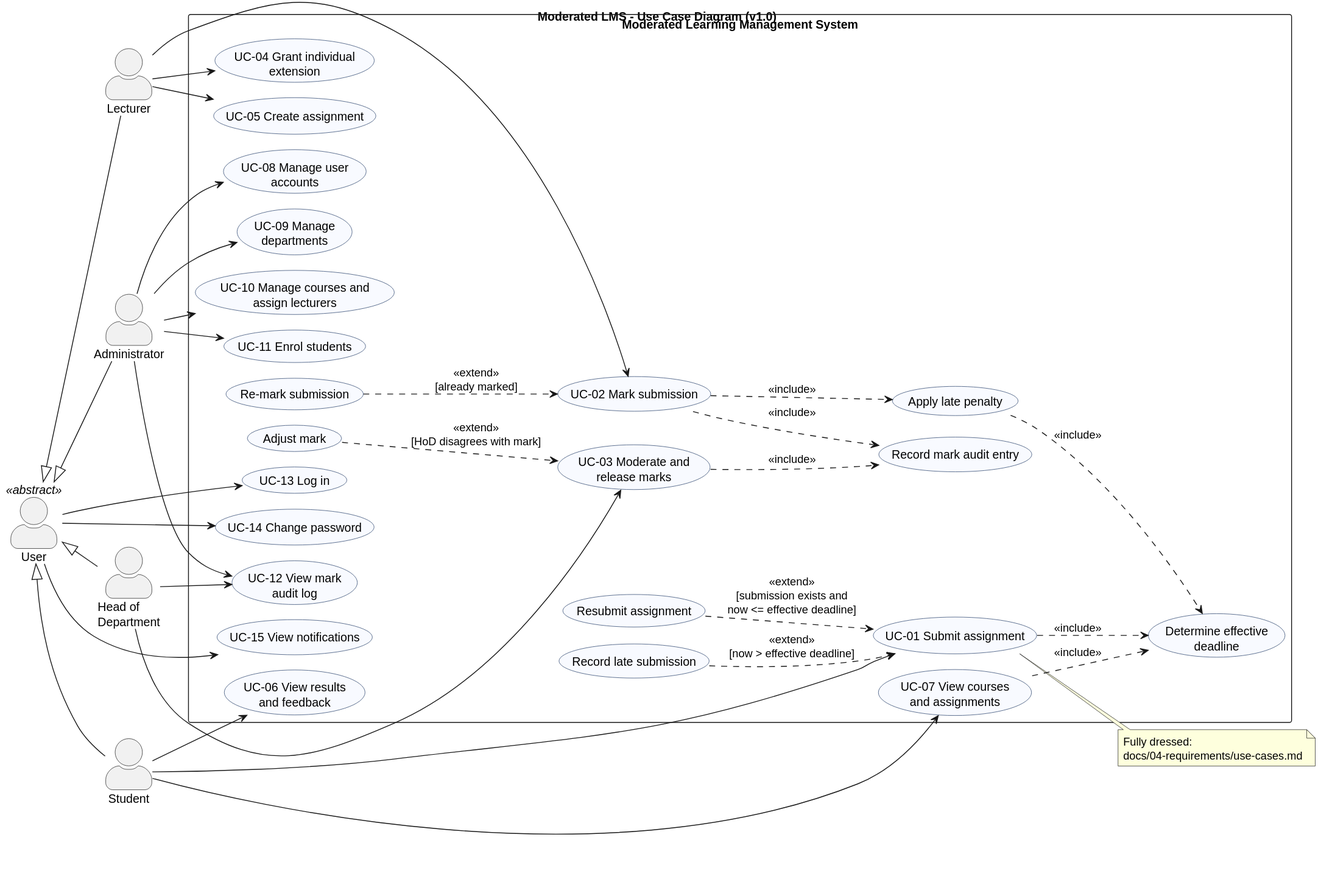
Earlier version of the PlantUML export docs/diagrams/rendered/use-case.svg (victormonyekem02-sudo/Edu-Management-System). Source of this version:
```plantuml
@startuml
!pragma layout smetana
title Moderated LMS - Use Case Diagram (v1.0)
left to right direction
skinparam packageStyle rectangle
skinparam actorStyle awesome
skinparam usecase {
  BackgroundColor #F8FAFF
  BorderColor #1F3864
}

actor "User" as User <<abstract>>
actor "Student" as Student
actor "Lecturer" as Lecturer
actor "Head of\nDepartment" as HoD
actor "Administrator" as Admin

User <|-- Student
User <|-- Lecturer
User <|-- HoD
User <|-- Admin

rectangle "Moderated Learning Management System" {
  usecase "UC-13 Log in" as UC13
  usecase "UC-14 Change password" as UC14
  usecase "UC-15 View notifications" as UC15

  usecase "UC-07 View courses\nand assignments" as UC07
  usecase "UC-01 Submit assignment" as UC01
  usecase "Resubmit assignment" as UC01R
  usecase "Record late submission" as UC01L
  usecase "UC-06 View results\nand feedback" as UC06
  usecase "Determine effective\ndeadline" as DEAD

  usecase "UC-05 Create assignment" as UC05
  usecase "UC-04 Grant individual\nextension" as UC04
  usecase "UC-02 Mark submission" as UC02
  usecase "Re-mark submission" as UC02R
  usecase "Apply late penalty" as PEN
  usecase "Record mark audit entry" as AUD

  usecase "UC-03 Moderate and\nrelease marks" as UC03
  usecase "Adjust mark" as UC03A
  usecase "UC-12 View mark\naudit log" as UC12

  usecase "UC-08 Manage user\naccounts" as UC08
  usecase "UC-09 Manage\ndepartments" as UC09
  usecase "UC-10 Manage courses and\nassign lecturers" as UC10
  usecase "UC-11 Enrol students" as UC11
}

User --> UC13
User --> UC14
User --> UC15

Student --> UC07
Student --> UC01
Student --> UC06

Lecturer --> UC05
Lecturer --> UC04
Lecturer --> UC02

HoD --> UC03
HoD --> UC12

Admin --> UC08
Admin --> UC09
Admin --> UC10
Admin --> UC11
Admin --> UC12

UC01 ..> DEAD : <<include>>
UC07 ..> DEAD : <<include>>
UC01R ..> UC01 : <<extend>>\n[submission exists and\nnow <= effective deadline]
UC01L ..> UC01 : <<extend>>\n[now > effective deadline]

UC02 ..> PEN : <<include>>
UC02 ..> AUD : <<include>>
PEN ..> DEAD : <<include>>
UC02R ..> UC02 : <<extend>>\n[already marked]

UC03 ..> AUD : <<include>>
UC03A ..> UC03 : <<extend>>\n[HoD disagrees with mark]

note right of UC01
  Fully dressed:
  docs/04-requirements/use-cases.md
end note
@enduml
```
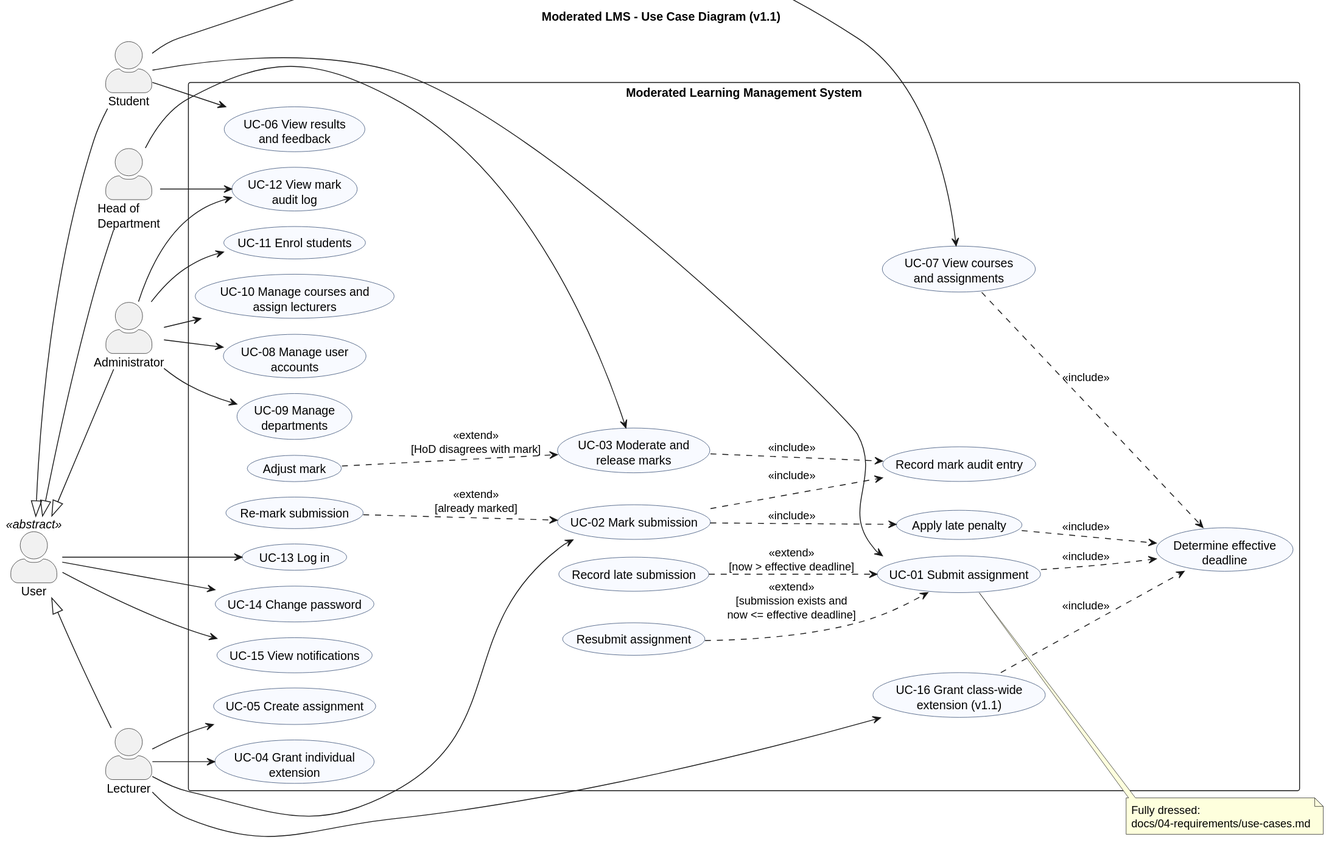
The same file after the commit.

The edit, as a diff of the source:
```diff
@@ -1,6 +1,6 @@
 @startuml
 !pragma layout smetana
-title Moderated LMS - Use Case Diagram (v1.0)
+title Moderated LMS - Use Case Diagram (v1.1)
 left to right direction
 skinparam packageStyle rectangle
 skinparam actorStyle awesome
@@ -34,6 +34,7 @@
 
   usecase "UC-05 Create assignment" as UC05
   usecase "UC-04 Grant individual\nextension" as UC04
+  usecase "UC-16 Grant class-wide\nextension (v1.1)" as UC16
   usecase "UC-02 Mark submission" as UC02
   usecase "Re-mark submission" as UC02R
   usecase "Apply late penalty" as PEN
@@ -59,6 +60,8 @@
 
 Lecturer --> UC05
 Lecturer --> UC04
+Lecturer --> UC16
+UC16 ..> DEAD : <<include>>
 Lecturer --> UC02
 
 HoD --> UC03
```
